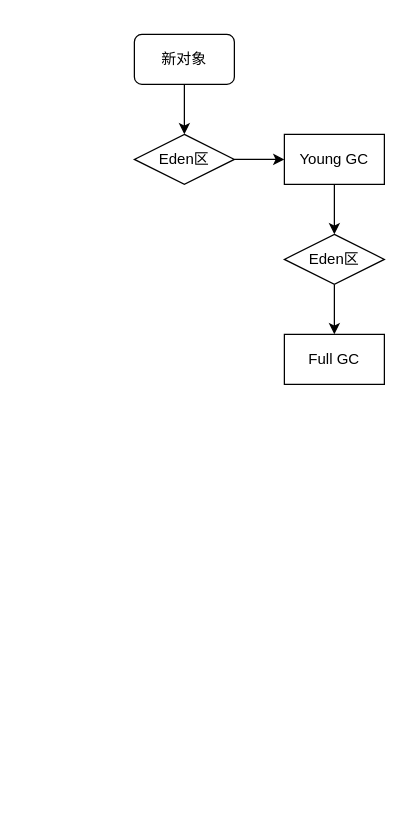
Earlier version of the draw.io diagram 简述 OutOfMemoryError/简述 OutOfMemoryError.drawio (zero-97/picture-of-the-article). Source tidied: cells renumbered, new cells numbered last; positions are measured from the earlier drawing's top-left corner, leaving out a move shared by most shapes. Both pictures are drawn from the tidied source at 125%, with x=0, y=0 at pixel (134, 34).
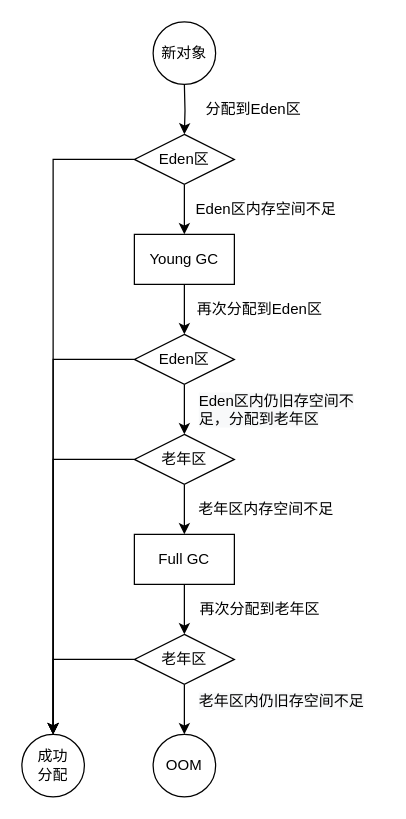
Above is the later version.

The change refers to these unchanged cells:
```xml
<mxCell id="5" value="Eden区" style="rhombus;whiteSpace=wrap;html=1;" parent="1" vertex="1">
  <mxGeometry y="80" width="80" height="40" as="geometry" />
</mxCell>
```

Diff of the diagram source:
```diff
@@
-    <mxCell id="2" style="edgeStyle=orthogonalEdgeStyle;rounded=0;jettySize=auto;html=1;" parent="1" edge="1" source="3" target="5">
-      <mxGeometry relative="1" as="geometry" />
+    <mxCell id="2" style="edgeStyle=orthogonalEdgeStyle;rounded=0;jettySize=auto;html=1;" parent="1" edge="1" target="5">
+      <mxGeometry relative="1" as="geometry">
+        <mxPoint x="40" y="40" as="sourcePoint" />
+      </mxGeometry>
     </mxCell>
-    <mxCell id="3" value="新对象" style="rounded=1;whiteSpace=wrap;html=1;" parent="1" vertex="1">
-      <mxGeometry width="80" height="40" as="geometry" />
-    </mxCell>
@@
+    <mxCell id="11" style="edgeStyle=orthogonalEdgeStyle;rounded=0;jettySize=auto;html=1;" parent="1" edge="1" source="5" target="29">
+      <mxGeometry relative="1" as="geometry" />
+    </mxCell>
@@
     <mxCell id="7" value="Young GC" style="whiteSpace=wrap;html=1;" parent="1" vertex="1">
-      <mxGeometry x="120" y="80" width="80" height="40" as="geometry" />
+      <mxGeometry y="160" width="80" height="40" as="geometry" />
     </mxCell>
-    <mxCell id="8" style="edgeStyle=orthogonalEdgeStyle;rounded=0;jettySize=auto;html=1;" parent="1" edge="1" source="9" target="10">
-      <mxGeometry relative="1" as="geometry" />
-    </mxCell>
+    <mxCell id="12" style="edgeStyle=orthogonalEdgeStyle;rounded=0;jettySize=auto;html=1;" parent="1" edge="1" source="9" target="24">
+      <mxGeometry relative="1" as="geometry" />
+    </mxCell>
+    <mxCell id="13" style="edgeStyle=orthogonalEdgeStyle;rounded=0;jettySize=auto;html=1;" parent="1" edge="1" source="9" target="29">
+      <mxGeometry relative="1" as="geometry" />
+    </mxCell>
     <mxCell id="9" value="Eden区" style="rhombus;whiteSpace=wrap;html=1;" parent="1" vertex="1">
-      <mxGeometry x="120" y="160" width="80" height="40" as="geometry" />
+      <mxGeometry y="240" width="80" height="40" as="geometry" />
     </mxCell>
+    <mxCell id="14" style="edgeStyle=orthogonalEdgeStyle;rounded=0;jettySize=auto;html=1;" parent="1" edge="1" source="10" target="17">
+      <mxGeometry relative="1" as="geometry" />
+    </mxCell>
     <mxCell id="10" value="Full GC" style="whiteSpace=wrap;html=1;" parent="1" vertex="1">
-      <mxGeometry x="120" y="240" width="80" height="40" as="geometry" />
+      <mxGeometry y="400" width="80" height="40" as="geometry" />
     </mxCell>
+    <mxCell id="15" style="edgeStyle=orthogonalEdgeStyle;rounded=0;jettySize=auto;html=1;" parent="1" edge="1" source="17">
+      <mxGeometry relative="1" as="geometry">
+        <mxPoint x="40" y="560" as="targetPoint" />
+      </mxGeometry>
+    </mxCell>
+    <mxCell id="16" style="edgeStyle=orthogonalEdgeStyle;rounded=0;jettySize=auto;html=1;" parent="1" edge="1" source="17" target="29">
+      <mxGeometry relative="1" as="geometry" />
+    </mxCell>
+    <mxCell id="17" value="老年区" style="rhombus;whiteSpace=wrap;html=1;" parent="1" vertex="1">
+      <mxGeometry y="480" width="80" height="40" as="geometry" />
+    </mxCell>
+    <mxCell id="18" value="&lt;span&gt;Eden区内存空间不足&lt;/span&gt;" style="text;html=1;align=center;verticalAlign=middle;strokeColor=none;fillColor=none;" parent="1" vertex="1">
+      <mxGeometry x="40" y="130" width="130" height="20" as="geometry" />
+    </mxCell>
+    <mxCell id="19" value="&lt;span style=&quot;color: rgb(0 , 0 , 0) ; font-family: &amp;#34;helvetica&amp;#34; ; font-size: 12px ; font-style: normal ; font-weight: 400 ; letter-spacing: normal ; text-align: center ; text-indent: 0px ; text-transform: none ; word-spacing: 0px ; background-color: rgb(248 , 249 , 250) ; display: inline ; float: none&quot;&gt;Eden区内仍旧存空间不足，分配到老年区&lt;/span&gt;" style="text;whiteSpace=wrap;html=1;" parent="1" vertex="1">
+      <mxGeometry x="50" y="280" width="140" height="30" as="geometry" />
+    </mxCell>
+    <mxCell id="20" value="&lt;span style=&quot;color: rgb(0 , 0 , 0) ; font-family: &amp;#34;helvetica&amp;#34; ; font-size: 12px ; font-style: normal ; font-weight: 400 ; letter-spacing: normal ; text-align: center ; text-indent: 0px ; text-transform: none ; word-spacing: 0px ; background-color: rgb(248 , 249 , 250) ; display: inline ; float: none&quot;&gt;老年区内仍旧存空间不足&lt;/span&gt;" style="text;whiteSpace=wrap;html=1;" parent="1" vertex="1">
+      <mxGeometry x="50" y="520" width="140" height="30" as="geometry" />
+    </mxCell>
+    <mxCell id="21" value="&lt;span&gt;老年区内存空间不足&lt;/span&gt;" style="text;html=1;align=center;verticalAlign=middle;strokeColor=none;fillColor=none;" parent="1" vertex="1">
+      <mxGeometry x="45" y="370" width="120" height="20" as="geometry" />
+    </mxCell>
+    <mxCell id="22" style="edgeStyle=orthogonalEdgeStyle;rounded=0;jettySize=auto;html=1;" parent="1" edge="1" source="24" target="10">
+      <mxGeometry relative="1" as="geometry" />
+    </mxCell>
+    <mxCell id="23" style="edgeStyle=orthogonalEdgeStyle;rounded=0;jettySize=auto;html=1;entryX=0.5;entryY=0;entryDx=0;entryDy=0;" parent="1" edge="1" source="24" target="29">
+      <mxGeometry relative="1" as="geometry" />
+    </mxCell>
+    <mxCell id="24" value="老年区" style="rhombus;whiteSpace=wrap;html=1;" parent="1" vertex="1">
+      <mxGeometry y="320" width="80" height="40" as="geometry" />
+    </mxCell>
+    <mxCell id="25" value="分配到Eden区" style="text;html=1;align=center;verticalAlign=middle;strokeColor=none;fillColor=none;" parent="1" vertex="1">
+      <mxGeometry x="50" y="50" width="90" height="20" as="geometry" />
+    </mxCell>
+    <mxCell id="26" value="再次分配到Eden区" style="text;html=1;align=center;verticalAlign=middle;strokeColor=none;fillColor=none;" parent="1" vertex="1">
+      <mxGeometry x="40" y="210" width="120" height="20" as="geometry" />
+    </mxCell>
+    <mxCell id="27" value="再次分配到老年区" style="text;html=1;align=center;verticalAlign=middle;strokeColor=none;fillColor=none;" parent="1" vertex="1">
+      <mxGeometry x="45" y="450" width="110" height="20" as="geometry" />
+    </mxCell>
+    <mxCell id="3" value="新对象" style="ellipse;whiteSpace=wrap;html=1;" parent="1" vertex="1">
+      <mxGeometry x="15" y="-10" width="50" height="50" as="geometry" />
+    </mxCell>
+    <mxCell id="28" value="OOM" style="ellipse;whiteSpace=wrap;html=1;" parent="1" vertex="1">
+      <mxGeometry x="15" y="560" width="50" height="50" as="geometry" />
+    </mxCell>
+    <mxCell id="29" value="成功&lt;br&gt;分配" style="ellipse;whiteSpace=wrap;html=1;" parent="1" vertex="1">
+      <mxGeometry x="-90" y="560" width="50" height="50" as="geometry" />
+    </mxCell>
```
